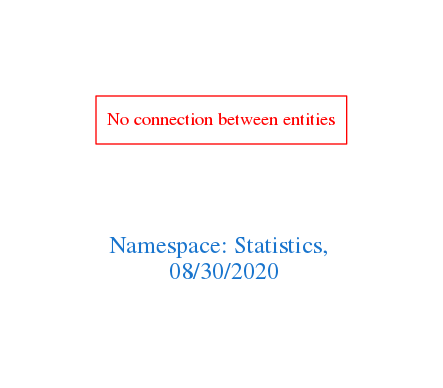
Above: downloads/Statistics.png in arago/OGIT (Graphviz), before the change. Its source is kept beside it as downloads/Statistics.dot.
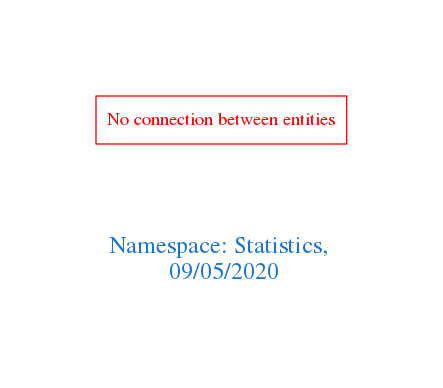
The same file after the commit.

What changed in the source:
```diff
@@ -1,7 +1,7 @@
 digraph OGIT_ontology {
  graph [ rankdir= LR,pad=1
 fontsize = 18,
-fontcolor= dodgerblue3,label = "\n\n\nNamespace: Statistics, \n 08/30/2020"];
+fontcolor= dodgerblue3,label = "\n\n\nNamespace: Statistics, \n 09/05/2020"];
 node[shape=polygon];
 edge [  color="gray81"];
 
```
